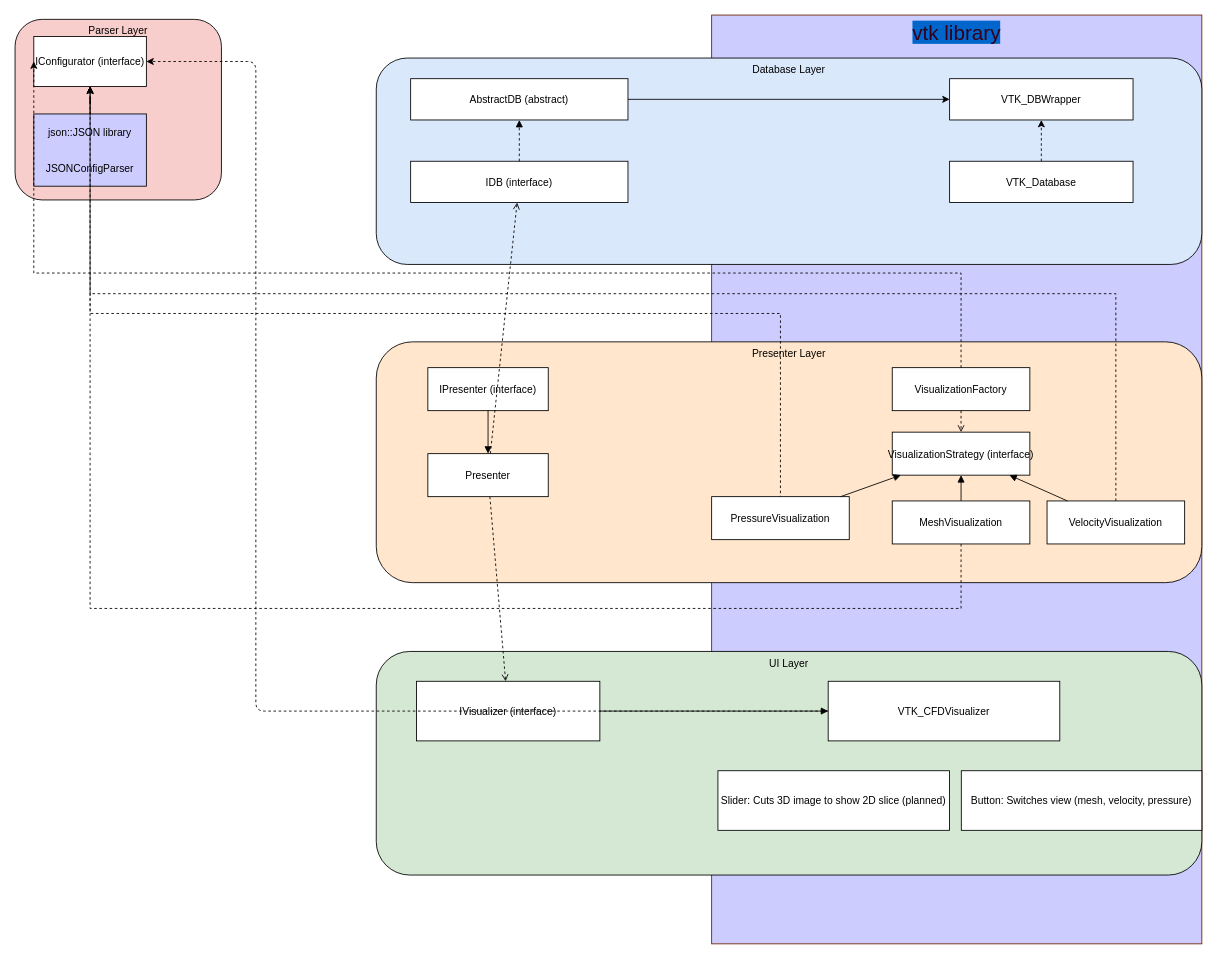
The draw.io diagram plotter/VTK_Visualization/design/Untitled Diagram.drawio.xml in CloakMe/MyStuff, before the edit. Source tidied: cells renumbered, new cells numbered last; positions are measured from the earlier drawing's top-left corner, leaving out a move shared by most shapes. Both pictures are drawn from the tidied source at 86%, with x=0, y=0 at pixel (15, 15).
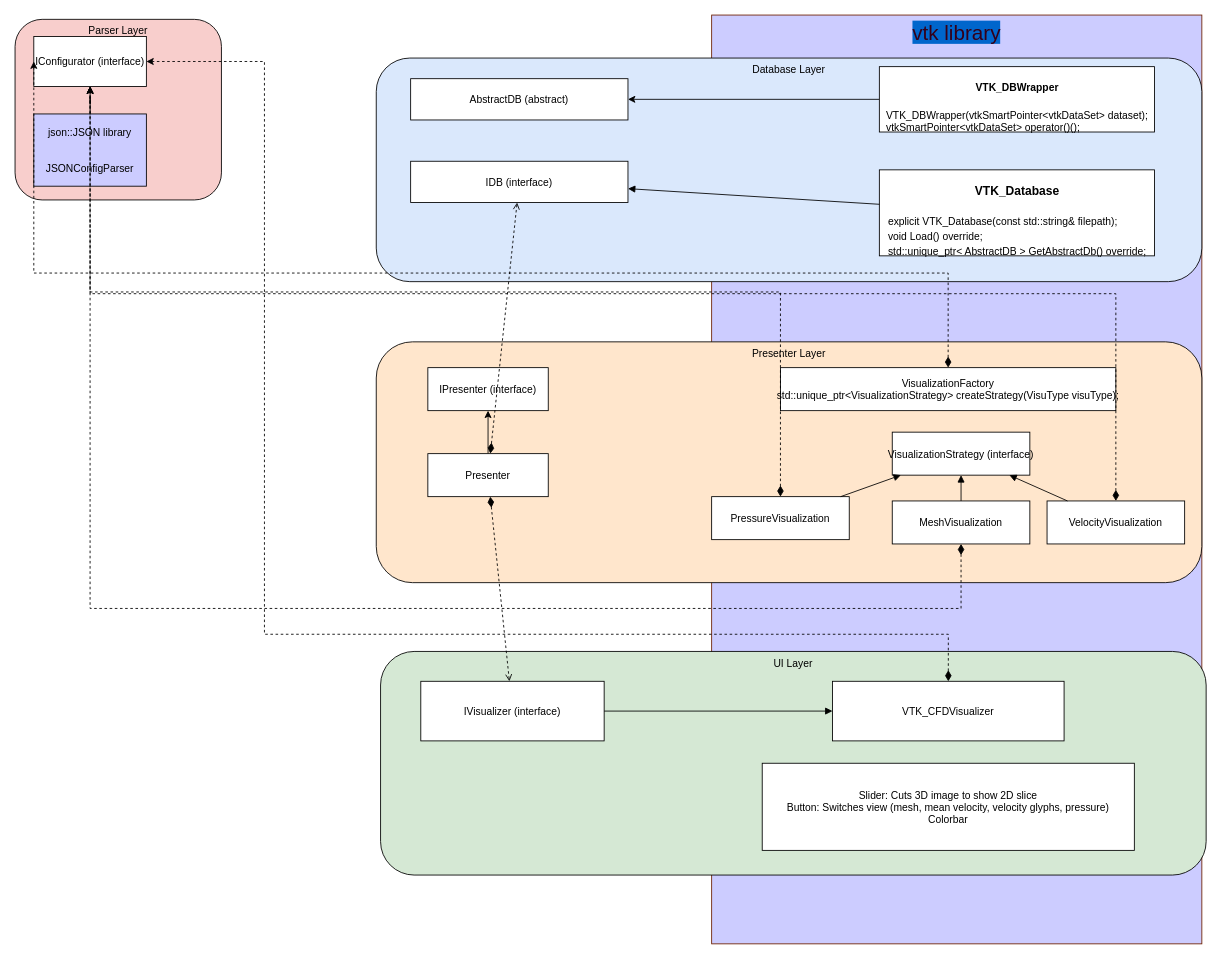
After the change.

Unchanged cells that the change refers to:
```xml
<mxCell id="4" value="IVisualizer (interface)" style="interface;" parent="3" vertex="1">
  <mxGeometry x="46.8" y="34.7" width="213.2" height="69.3" as="geometry" />
</mxCell>
<mxCell id="5" value="VTK_CFDVisualizer" style="class;" parent="3" vertex="1">
  <mxGeometry x="525.5" y="34.7" width="269.3" height="69.3" as="geometry" />
</mxCell>
<mxCell id="10" value="IConfigurator (interface)" style="interface;" parent="9" vertex="1">
  <mxGeometry x="21.8" y="20" width="130.9" height="58" as="geometry" />
</mxCell>
<mxCell id="14" value="IPresenter (interface)" style="interface;" parent="1" vertex="1">
  <mxGeometry x="480" y="410" width="140" height="50" as="geometry" />
</mxCell>
<mxCell id="15" value="Presenter" style="class;" parent="1" vertex="1">
  <mxGeometry x="480" y="510" width="140" height="50" as="geometry" />
</mxCell>
<mxCell id="19" value="VisualizationStrategy (interface)" style="interface;" parent="1" vertex="1">
  <mxGeometry x="1020" y="485" width="160" height="50" as="geometry" />
</mxCell>
<mxCell id="22" value="PressureVisualization" style="class;" parent="1" vertex="1">
  <mxGeometry x="810" y="560" width="160" height="50" as="geometry" />
</mxCell>
<mxCell id="23" value="MeshVisualization" style="class;" parent="1" vertex="1">
  <mxGeometry x="1020" y="565" width="160" height="50" as="geometry" />
</mxCell>
<mxCell id="25" value="VelocityVisualization" style="class;" parent="1" vertex="1">
  <mxGeometry x="1200" y="565" width="160" height="50" as="geometry" />
</mxCell>
<mxCell id="31" value="AbstractDB (abstract)" style="abstract;" parent="30" vertex="1">
  <mxGeometry x="40" y="24" width="252.7" height="48" as="geometry" />
</mxCell>
```

Change to the diagram source:
```diff
@@
     <mxCell id="3" value="UI Layer" style="group;rounded=1;strokeColor=#000000;fillColor=#d5e8d4;" parent="1" vertex="1">
-      <mxGeometry x="420" y="740" width="960" height="260" as="geometry" />
+      <mxGeometry x="425" y="740" width="960" height="260" as="geometry" />
     </mxCell>
@@
-    <mxCell id="6" value="Slider: Cuts 3D image to show 2D slice (planned)" style="note;" parent="3" vertex="1">
-      <mxGeometry x="397.3" y="138.7" width="269.3" height="69.3" as="geometry" />
+    <mxCell id="6" value="Slider: Cuts 3D image to show 2D slice&#10;Button: Switches view (mesh, mean velocity, velocity glyphs, pressure)&#10;Colorbar" style="note;" parent="3" vertex="1">
+      <mxGeometry x="443.8" y="130" width="432.7" height="101.3" as="geometry" />
     </mxCell>
-    <mxCell id="7" value="Button: Switches view (mesh, velocity, pressure)" style="note;" parent="3" vertex="1">
-      <mxGeometry x="680.3" y="138.7" width="279.7" height="69.3" as="geometry" />
-    </mxCell>
@@
-    <mxCell id="13" style="endArrow=block;endFill=1;" parent="1" edge="1" source="32" target="34">
-      <mxGeometry relative="1" as="geometry" />
-    </mxCell>
@@
+    <mxCell id="42" style="edgeStyle=orthogonalEdgeStyle;rounded=0;jettySize=auto;html=1;" parent="1" edge="1" source="15" target="14">
+      <mxGeometry relative="1" as="geometry" />
+    </mxCell>
@@
-    <mxCell id="16" style="endArrow=block;endFill=1;" parent="1" edge="1" source="14" target="15">
-      <mxGeometry relative="1" as="geometry" />
-    </mxCell>
@@
-    <mxCell id="18" value="VisualizationFactory" style="class;" parent="1" vertex="1">
-      <mxGeometry x="1020" y="410" width="160" height="50" as="geometry" />
+    <mxCell id="18" value="VisualizationFactory&#10;std::unique_ptr&lt;VisualizationStrategy&gt; createStrategy(VisuType visuType);" style="class;" parent="1" vertex="1">
+      <mxGeometry x="890" y="410" width="390" height="50" as="geometry" />
     </mxCell>
@@
-    <mxCell id="20" style="endArrow=open;endFill=0;dashed=1;" parent="1" edge="1" source="18" target="19">
-      <mxGeometry relative="1" as="geometry" />
-    </mxCell>
-    <mxCell id="21" style="edgeStyle=elbowEdgeStyle;rounded=0;jettySize=auto;html=1;exitX=0.5;exitY=1;exitDx=0;exitDy=0;dashed=1;elbow=vertical;" parent="1" edge="1" source="22" target="10">
+    <mxCell id="21" style="edgeStyle=elbowEdgeStyle;rounded=0;jettySize=auto;html=1;exitX=0.5;exitY=0;exitDx=0;exitDy=0;dashed=1;elbow=vertical;startArrow=diamondThin;startFill=1;startSize=10;" parent="1" edge="1" source="22" target="10">
       <mxGeometry relative="1" as="geometry" />
     </mxCell>
@@
-    <mxCell id="24" style="edgeStyle=elbowEdgeStyle;rounded=0;jettySize=auto;html=1;dashed=1;exitX=0.5;exitY=0;exitDx=0;exitDy=0;elbow=vertical;" parent="1" edge="1" source="25" target="10">
+    <mxCell id="24" style="edgeStyle=elbowEdgeStyle;rounded=0;jettySize=auto;html=1;dashed=1;exitX=0.5;exitY=0;exitDx=0;exitDy=0;elbow=vertical;startArrow=diamondThin;startFill=1;startSize=10;" parent="1" edge="1" source="25" target="10">
       <mxGeometry relative="1" as="geometry" />
     </mxCell>
@@
-    <mxCell id="29" style="edgeStyle=elbowEdgeStyle;rounded=1;jettySize=auto;html=1;exitX=0;exitY=0.5;exitDx=0;exitDy=0;dashed=1;" parent="1" edge="1" source="5" target="10">
-      <mxGeometry relative="1" as="geometry">
-        <Array as="points">
-          <mxPoint x="280" y="430" />
-        </Array>
-      </mxGeometry>
-    </mxCell>
-    <mxCell id="30" value="Database Layer" style="group;rounded=1;strokeColor=#000000;fillColor=#dae8fc;" parent="1" vertex="1">
-      <mxGeometry x="420" y="50" width="960" height="240" as="geometry" />
+    <mxCell id="30" value="Database Layer" style="group;rounded=1;strokeColor=#000000;fillColor=#dae8fc;verticalAlign=top;spacingLeft=0;" parent="1" vertex="1">
+      <mxGeometry x="420" y="50" width="960" height="260" as="geometry" />
     </mxCell>
@@
-    <mxCell id="32" value="IDB (interface)" style="interface;" parent="30" vertex="1">
-      <mxGeometry x="40" y="120" width="252.7" height="48" as="geometry" />
-    </mxCell>
-    <mxCell id="33" style="edgeStyle=orthogonalEdgeStyle;rounded=0;jettySize=auto;html=1;dashed=1;" parent="30" edge="1" source="34" target="37">
-      <mxGeometry relative="1" as="geometry" />
-    </mxCell>
-    <mxCell id="34" value="VTK_Database" style="class;" parent="30" vertex="1">
-      <mxGeometry x="666.7" y="120" width="213.3" height="48" as="geometry" />
+    <mxCell id="34" value="&lt;h4&gt;VTK_Database&lt;/h4&gt;&lt;div align=&quot;left&quot;&gt;&lt;font style=&quot;font-size: 12px;&quot;&gt;explicit VTK_Database(const std::string&amp;amp; filepath);&lt;/font&gt;&lt;/div&gt;&lt;div align=&quot;left&quot;&gt;&lt;font style=&quot;font-size: 12px;&quot;&gt;void Load() override;&lt;br&gt;std::unique_ptr&amp;lt; AbstractDB &amp;gt; GetAbstractDb() override;&lt;/font&gt; &lt;/div&gt;" style="class;fontSize=14;html=1;verticalAlign=middle;spacing=2;spacingBottom=0;" parent="30" vertex="1">
+      <mxGeometry x="585" y="130" width="320" height="100" as="geometry" />
     </mxCell>
-    <mxCell id="35" style="endArrow=block;endFill=1;dashed=1;" parent="30" edge="1" source="32" target="31">
-      <mxGeometry relative="1" as="geometry" />
-    </mxCell>
-    <mxCell id="36" style="edgeStyle=orthogonalEdgeStyle;rounded=0;jettySize=auto;html=1;" parent="30" edge="1" source="31" target="37">
+    <mxCell id="36" style="edgeStyle=orthogonalEdgeStyle;rounded=0;jettySize=auto;html=1;startArrow=none;startFill=0;startSize=10;" parent="30" edge="1" source="37" target="31">
       <mxGeometry relative="1" as="geometry">
         <Array as="points">
           <mxPoint x="706.7" y="48" />
         </Array>
       </mxGeometry>
     </mxCell>
-    <mxCell id="37" value="VTK_DBWrapper" style="abstract;" parent="30" vertex="1">
-      <mxGeometry x="666.7" y="24" width="213.3" height="48" as="geometry" />
+    <mxCell id="37" value="&lt;h2&gt;&lt;font style=&quot;font-size: 12px;&quot;&gt;VTK_DBWrapper&lt;/font&gt;&lt;/h2&gt;&lt;div align=&quot;left&quot;&gt;VTK_DBWrapper(vtkSmartPointer&amp;lt;vtkDataSet&amp;gt; dataset);&lt;br&gt;vtkSmartPointer&amp;lt;vtkDataSet&amp;gt; operator()();&lt;/div&gt;" style="abstract;fontSize=12;html=1;" parent="30" vertex="1">
+      <mxGeometry x="585" y="10" width="320" height="76" as="geometry" />
     </mxCell>
+    <mxCell id="32" value="IDB (interface)" style="interface;" parent="30" vertex="1">
+      <mxGeometry x="40" y="120" width="252.7" height="48" as="geometry" />
+    </mxCell>
+    <mxCell id="13" style="endArrow=block;endFill=1;startArrow=none;startFill=0;startSize=10;" parent="30" edge="1" source="34" target="32">
+      <mxGeometry relative="1" as="geometry" />
+    </mxCell>
-    <mxCell id="38" style="endArrow=open;endFill=0;dashed=1;" parent="1" edge="1" source="15" target="32">
+    <mxCell id="38" style="endArrow=open;endFill=0;dashed=1;sourcePerimeterSpacing=0;startArrow=diamondThin;startFill=1;startSize=10;" parent="1" edge="1" source="15" target="32">
       <mxGeometry relative="1" as="geometry" />
     </mxCell>
-    <mxCell id="39" style="endArrow=open;endFill=0;dashed=1;" parent="1" edge="1" source="15" target="4">
+    <mxCell id="39" style="endArrow=open;endFill=0;dashed=1;startArrow=diamondThin;startFill=1;startSize=10;" parent="1" edge="1" source="15" target="4">
       <mxGeometry relative="1" as="geometry" />
     </mxCell>
-    <mxCell id="40" style="edgeStyle=elbowEdgeStyle;rounded=0;jettySize=auto;html=1;entryX=0;entryY=0.5;entryDx=0;entryDy=0;dashed=1;elbow=vertical;" parent="1" edge="1" source="18" target="10">
+    <mxCell id="40" style="edgeStyle=elbowEdgeStyle;rounded=0;jettySize=auto;html=1;entryX=0;entryY=0.5;entryDx=0;entryDy=0;dashed=1;elbow=vertical;startArrow=diamondThin;startFill=1;startSize=10;" parent="1" edge="1" source="18" target="10">
       <mxGeometry relative="1" as="geometry">
         <Array as="points">
           <mxPoint x="560" y="300" />
         </Array>
       </mxGeometry>
     </mxCell>
-    <mxCell id="41" style="edgeStyle=elbowEdgeStyle;rounded=0;jettySize=auto;html=1;exitX=0.5;exitY=1;exitDx=0;exitDy=0;dashed=1;elbow=vertical;" parent="1" edge="1" source="23" target="10">
+    <mxCell id="41" style="edgeStyle=elbowEdgeStyle;rounded=0;jettySize=auto;html=1;exitX=0.5;exitY=1;exitDx=0;exitDy=0;dashed=1;elbow=vertical;startArrow=diamondThin;startFill=1;startSize=10;" parent="1" edge="1" source="23" target="10">
       <mxGeometry relative="1" as="geometry">
         <Array as="points">
           <mxPoint x="590" y="690" />
         </Array>
       </mxGeometry>
     </mxCell>
+    <mxCell id="29" style="edgeStyle=orthogonalEdgeStyle;rounded=0;jettySize=auto;html=1;dashed=1;startArrow=diamondThin;startFill=1;startSize=10;" parent="1" edge="1" source="5" target="10">
+      <mxGeometry relative="1" as="geometry">
+        <Array as="points">
+          <mxPoint x="1085" y="720" />
+          <mxPoint x="290" y="720" />
+          <mxPoint x="290" y="54" />
+        </Array>
+      </mxGeometry>
+    </mxCell>
```
